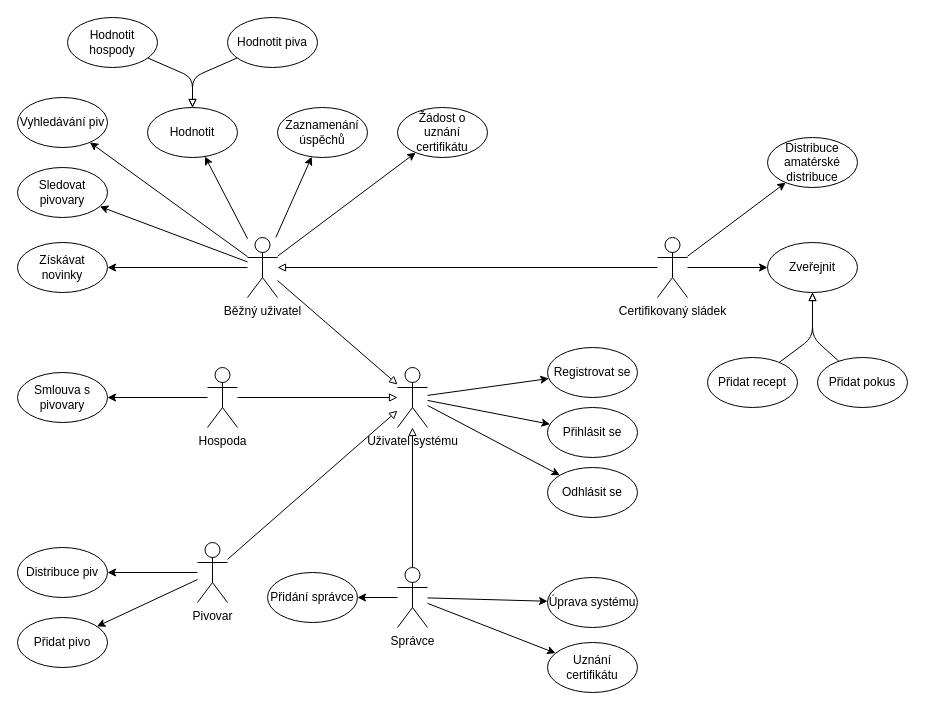
Above: IUS/IUS_projekt/UseCase.drawio in dan1235689/Diagrams (draw.io), before the change. Source tidied: cells renumbered, new cells numbered last; positions are measured from the earlier drawing's top-left corner, leaving out a move shared by most shapes. Both pictures are drawn from the tidied source at 100%, with x=0, y=0 at pixel (17, 17).
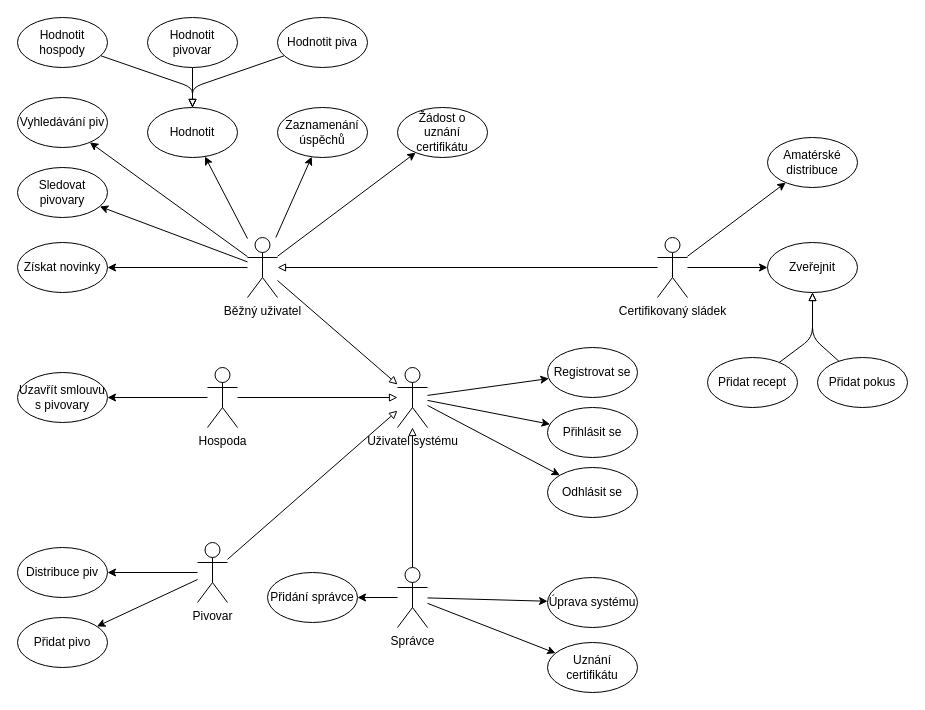
After the change.

Unchanged cells that the change refers to:
```xml
<mxCell id="47" value="Hodnotit" style="ellipse;whiteSpace=wrap;html=1;" parent="1" vertex="1">
  <mxGeometry x="130" y="90" width="90" height="50" as="geometry" />
</mxCell>
```

The edit, as a diff of the source:
```diff
@@
     <mxCell id="9" style="edgeStyle=none;html=1;endArrow=block;endFill=0;" parent="1" edge="1" source="10" target="47">
       <mxGeometry relative="1" as="geometry">
         <Array as="points">
-          <mxPoint x="175" y="60" />
+          <mxPoint x="175" y="70" />
         </Array>
       </mxGeometry>
     </mxCell>
     <mxCell id="10" value="Hodnotit hospody" style="ellipse;whiteSpace=wrap;html=1;" parent="1" vertex="1">
-      <mxGeometry x="50" width="90" height="50" as="geometry" />
+      <mxGeometry width="90" height="50" as="geometry" />
     </mxCell>
@@
-    <mxCell id="14" value="Získávat novinky" style="ellipse;whiteSpace=wrap;html=1;" parent="1" vertex="1">
+    <mxCell id="14" value="Získat novinky" style="ellipse;whiteSpace=wrap;html=1;" parent="1" vertex="1">
       <mxGeometry y="225" width="90" height="50" as="geometry" />
     </mxCell>
@@
-    <mxCell id="19" value="Smlouva s pivovary" style="ellipse;whiteSpace=wrap;html=1;" parent="1" vertex="1">
+    <mxCell id="19" value="Uzavřít smlouvu s pivovary" style="ellipse;whiteSpace=wrap;html=1;" parent="1" vertex="1">
       <mxGeometry y="355" width="90" height="50" as="geometry" />
     </mxCell>
@@
     <mxCell id="29" style="edgeStyle=none;html=1;endArrow=block;endFill=0;" parent="1" edge="1" source="30" target="47">
       <mxGeometry relative="1" as="geometry">
         <Array as="points">
-          <mxPoint x="175" y="60" />
+          <mxPoint x="175" y="70" />
         </Array>
       </mxGeometry>
     </mxCell>
     <mxCell id="30" value="Hodnotit piva" style="ellipse;whiteSpace=wrap;html=1;" parent="1" vertex="1">
-      <mxGeometry x="210" width="90" height="50" as="geometry" />
+      <mxGeometry x="260" width="90" height="50" as="geometry" />
     </mxCell>
-    <mxCell id="31" value="Distribuce amatérské distribuce" style="ellipse;whiteSpace=wrap;html=1;" parent="1" vertex="1">
+    <mxCell id="31" value="Amatérské distribuce" style="ellipse;whiteSpace=wrap;html=1;" parent="1" vertex="1">
       <mxGeometry x="750" y="120" width="90" height="50" as="geometry" />
     </mxCell>
@@
+    <mxCell id="55" style="edgeStyle=none;html=1;exitX=0.5;exitY=1;exitDx=0;exitDy=0;endArrow=block;endFill=0;" parent="1" edge="1" source="56" target="47">
+      <mxGeometry relative="1" as="geometry" />
+    </mxCell>
+    <mxCell id="56" value="Hodnotit&lt;br&gt;pivovar" style="ellipse;whiteSpace=wrap;html=1;" parent="1" vertex="1">
+      <mxGeometry x="130" width="90" height="50" as="geometry" />
+    </mxCell>
```
